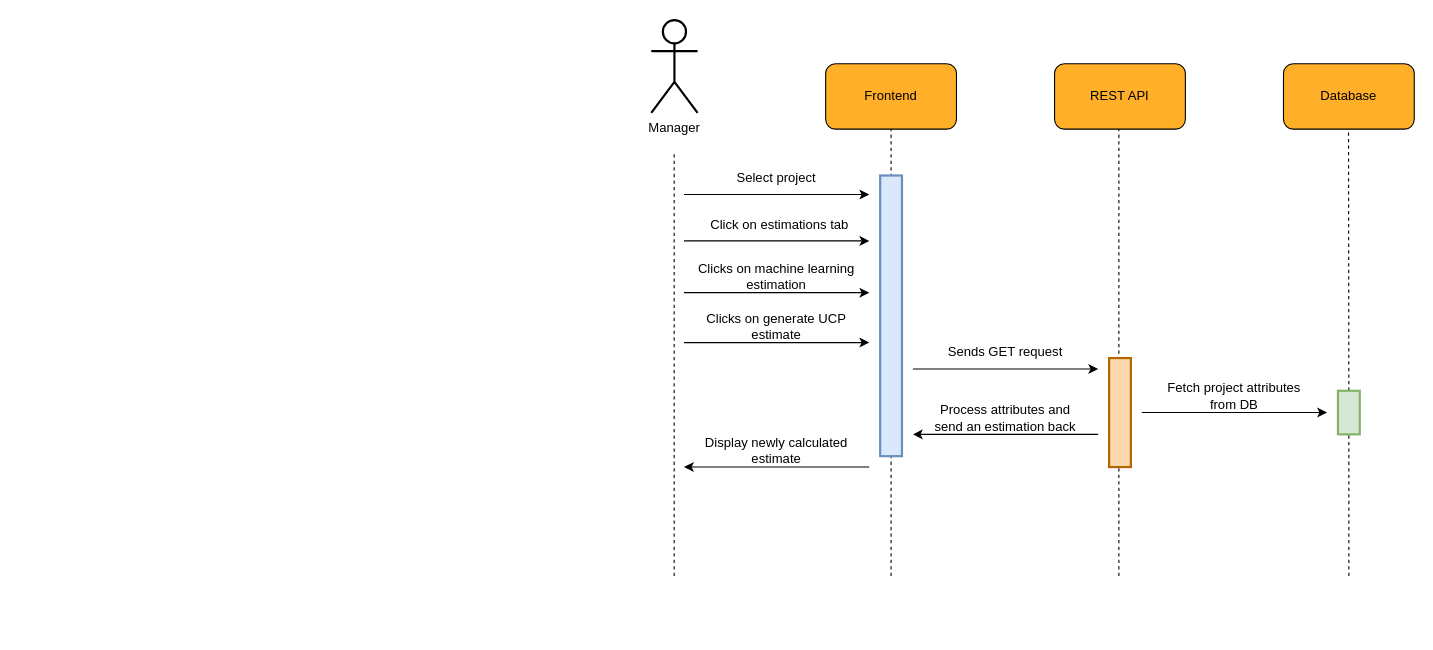
usman1100/fyp-documentation keeps this draw.io diagram as diagrams/collaboration/cd-17.drawio. Above is the earlier version. Source tidied: cells renumbered, new cells numbered last; positions are measured from the earlier drawing's top-left corner, leaving out a move shared by most shapes. Both pictures are drawn from the tidied source at 109%, with x=0, y=0 at pixel (651, 20).
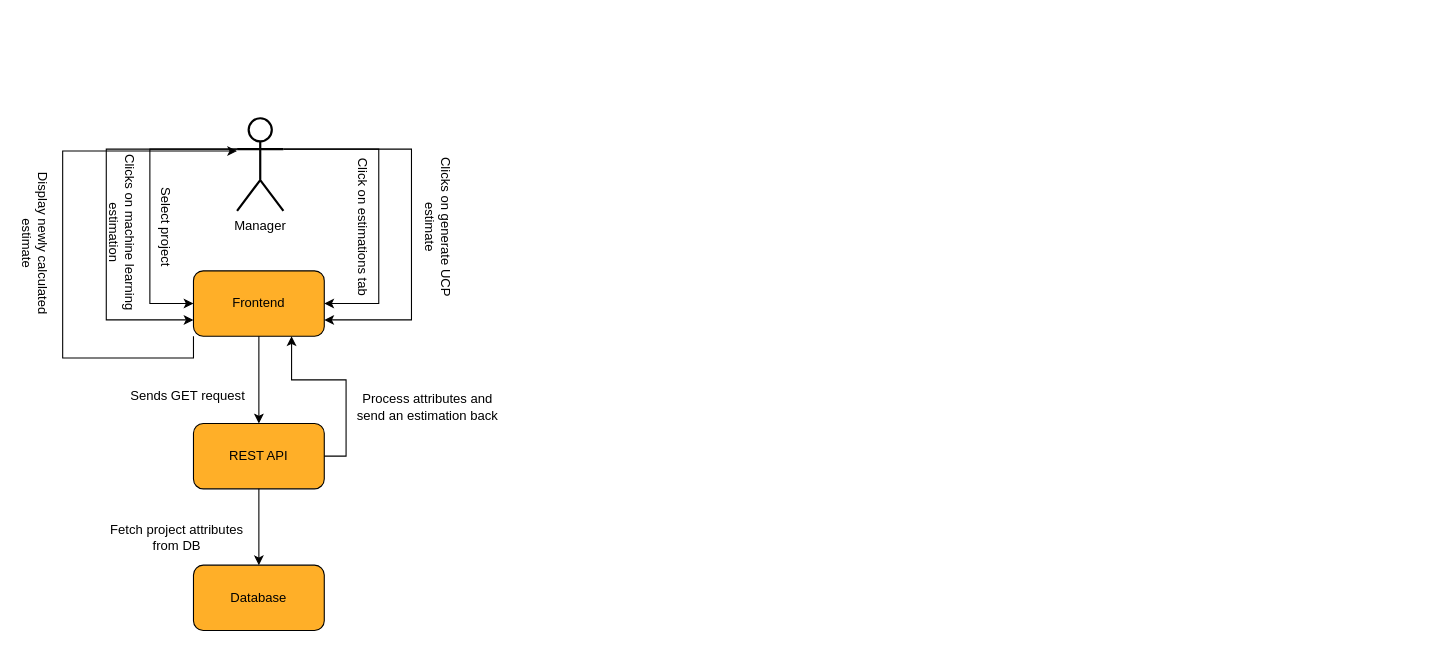
After the change.

Change to the diagram source:
```diff
@@
-    <mxCell id="2" style="endArrow=none;dashed=1;html=1;rounded=0;jumpSize=6;strokeWidth=1;startArrow=none;fontSize=12;" parent="1" edge="1">
-      <mxGeometry relative="1" as="geometry">
-        <mxPoint x="429" y="510" as="sourcePoint" />
-        <mxPoint x="429" y="100" as="targetPoint" />
-      </mxGeometry>
-    </mxCell>
-    <mxCell id="3" style="group;fontSize=12;" parent="1" vertex="1">
-      <mxGeometry x="160" y="40" width="120" height="60" as="geometry" />
-    </mxCell>
-    <mxCell id="4" style="rounded=1;whiteSpace=wrap;html=1;fillColor=#FFAF28;fontSize=12;" parent="3" vertex="1">
-      <mxGeometry width="120" height="60" as="geometry" />
-    </mxCell>
+    <mxCell id="25" value="Clicks on machine learning estimation" style="text;html=1;strokeColor=none;fillColor=none;align=center;verticalAlign=middle;whiteSpace=wrap;rounded=0;rotation=90;" parent="1" vertex="1">
+      <mxGeometry x="-560" y="180" width="150" height="30" as="geometry" />
+    </mxCell>
+    <mxCell id="38" style="group;fontSize=12;" parent="1" vertex="1">
+      <mxGeometry x="-420" y="230" width="120" height="60" as="geometry" />
+    </mxCell>
+    <mxCell id="39" style="rounded=1;whiteSpace=wrap;html=1;fillColor=#FFAF28;fontSize=12;" parent="38" vertex="1">
+      <mxGeometry width="120" height="60" as="geometry" />
+    </mxCell>
-    <mxCell id="5" value="&lt;font style=&quot;font-size: 12px;&quot;&gt;Frontend&lt;/font&gt;" style="text;html=1;strokeColor=none;fillColor=none;align=center;verticalAlign=middle;whiteSpace=wrap;rounded=0;fontSize=12;" parent="3" vertex="1">
+    <mxCell id="5" value="&lt;font style=&quot;font-size: 12px;&quot;&gt;Frontend&lt;/font&gt;" style="text;html=1;strokeColor=none;fillColor=none;align=center;verticalAlign=middle;whiteSpace=wrap;rounded=0;fontSize=12;" parent="38" vertex="1">
       <mxGeometry x="30" y="15" width="60" height="30" as="geometry" />
     </mxCell>
-    <mxCell id="6" style="group;fontSize=12;" parent="1" vertex="1">
-      <mxGeometry x="370" y="40" width="120" height="60" as="geometry" />
-    </mxCell>
-    <mxCell id="7" style="rounded=1;whiteSpace=wrap;html=1;fillColor=#FFAF28;fontSize=12;" parent="6" vertex="1">
-      <mxGeometry width="120" height="60" as="geometry" />
-    </mxCell>
+    <mxCell id="40" style="group;fontSize=12;" parent="1" vertex="1">
+      <mxGeometry x="-420" y="370" width="120" height="60" as="geometry" />
+    </mxCell>
+    <mxCell id="41" style="rounded=1;whiteSpace=wrap;html=1;fillColor=#FFAF28;fontSize=12;" parent="40" vertex="1">
+      <mxGeometry width="120" height="60" as="geometry" />
+    </mxCell>
-    <mxCell id="8" value="&lt;font style=&quot;font-size: 12px;&quot;&gt;REST API&lt;/font&gt;" style="text;html=1;strokeColor=none;fillColor=none;align=center;verticalAlign=middle;whiteSpace=wrap;rounded=0;fontSize=12;" parent="6" vertex="1">
+    <mxCell id="8" value="&lt;font style=&quot;font-size: 12px;&quot;&gt;REST API&lt;/font&gt;" style="text;html=1;strokeColor=none;fillColor=none;align=center;verticalAlign=middle;whiteSpace=wrap;rounded=0;fontSize=12;" parent="40" vertex="1">
       <mxGeometry x="30" y="15" width="60" height="30" as="geometry" />
     </mxCell>
-    <mxCell id="9" style="endArrow=none;dashed=1;html=1;rounded=0;entryX=0.5;entryY=1;entryDx=0;entryDy=0;jumpSize=6;strokeWidth=1;fontSize=12;" parent="1" edge="1" target="4">
-      <mxGeometry relative="1" as="geometry">
-        <mxPoint x="220" y="510" as="sourcePoint" />
-      </mxGeometry>
-    </mxCell>
+    <mxCell id="42" style="edgeStyle=orthogonalEdgeStyle;rounded=0;jettySize=auto;html=1;exitX=1;exitY=0.3333333333333333;exitDx=0;exitDy=0;exitPerimeter=0;entryX=1;entryY=0.75;entryDx=0;entryDy=0;" parent="1" edge="1" source="10" target="39">
+      <mxGeometry relative="1" as="geometry">
+        <Array as="points">
+          <mxPoint x="-220" y="118" />
+          <mxPoint x="-220" y="275" />
+        </Array>
+      </mxGeometry>
+    </mxCell>
+    <mxCell id="43" style="edgeStyle=orthogonalEdgeStyle;rounded=0;jettySize=auto;html=1;exitX=0;exitY=0.3333333333333333;exitDx=0;exitDy=0;exitPerimeter=0;entryX=0;entryY=0.5;entryDx=0;entryDy=0;" parent="1" edge="1" source="10" target="39">
+      <mxGeometry relative="1" as="geometry">
+        <Array as="points">
+          <mxPoint x="-460" y="118" />
+          <mxPoint x="-460" y="260" />
+        </Array>
+      </mxGeometry>
+    </mxCell>
+    <mxCell id="44" style="edgeStyle=orthogonalEdgeStyle;rounded=0;jettySize=auto;html=1;exitX=0;exitY=0.3333333333333333;exitDx=0;exitDy=0;exitPerimeter=0;entryX=0;entryY=0.75;entryDx=0;entryDy=0;" parent="1" edge="1" source="10" target="39">
+      <mxGeometry relative="1" as="geometry">
+        <Array as="points">
+          <mxPoint x="-500" y="118" />
+          <mxPoint x="-500" y="275" />
+        </Array>
+      </mxGeometry>
+    </mxCell>
+    <mxCell id="45" style="edgeStyle=orthogonalEdgeStyle;rounded=0;jettySize=auto;html=1;exitX=1;exitY=0.3333333333333333;exitDx=0;exitDy=0;exitPerimeter=0;entryX=1;entryY=0.5;entryDx=0;entryDy=0;" parent="1" edge="1" source="10" target="39">
+      <mxGeometry relative="1" as="geometry">
+        <Array as="points">
+          <mxPoint x="-250" y="118" />
+          <mxPoint x="-250" y="260" />
+        </Array>
+      </mxGeometry>
+    </mxCell>
     <mxCell id="10" value="Manager" style="shape=umlActor;verticalLabelPosition=bottom;verticalAlign=top;html=1;outlineConnect=0;rounded=1;strokeWidth=2;fontSize=12;" parent="1" vertex="1">
-      <mxGeometry width="42.5" height="85" as="geometry" />
+      <mxGeometry x="-380" y="90" width="42.5" height="85" as="geometry" />
     </mxCell>
-    <mxCell id="11" style="endArrow=none;dashed=1;html=1;rounded=0;jumpSize=6;strokeWidth=1;fontSize=12;" parent="1" edge="1">
-      <mxGeometry relative="1" as="geometry">
-        <mxPoint x="21" y="510" as="sourcePoint" />
-        <mxPoint x="21" y="120" as="targetPoint" />
-      </mxGeometry>
-    </mxCell>
-    <mxCell id="12" style="group;fontSize=12;" parent="1" vertex="1">
-      <mxGeometry x="580" y="40" width="120" height="60" as="geometry" />
-    </mxCell>
-    <mxCell id="13" style="rounded=1;whiteSpace=wrap;html=1;fillColor=#FFAF28;fontSize=12;" parent="12" vertex="1">
-      <mxGeometry width="120" height="60" as="geometry" />
-    </mxCell>
+    <mxCell id="46" style="group;fontSize=12;" parent="1" vertex="1">
+      <mxGeometry x="-420" y="500" width="120" height="60" as="geometry" />
+    </mxCell>
+    <mxCell id="47" style="rounded=1;whiteSpace=wrap;html=1;fillColor=#FFAF28;fontSize=12;" parent="46" vertex="1">
+      <mxGeometry width="120" height="60" as="geometry" />
+    </mxCell>
-    <mxCell id="14" value="&lt;font style=&quot;font-size: 12px&quot;&gt;Database&lt;/font&gt;" style="text;html=1;strokeColor=none;fillColor=none;align=center;verticalAlign=middle;whiteSpace=wrap;rounded=0;fontSize=12;" parent="12" vertex="1">
+    <mxCell id="14" value="&lt;font style=&quot;font-size: 12px&quot;&gt;Database&lt;/font&gt;" style="text;html=1;strokeColor=none;fillColor=none;align=center;verticalAlign=middle;whiteSpace=wrap;rounded=0;fontSize=12;" parent="46" vertex="1">
       <mxGeometry x="30" y="15" width="60" height="30" as="geometry" />
     </mxCell>
-    <mxCell id="15" style="endArrow=none;dashed=1;html=1;rounded=0;jumpSize=6;strokeWidth=1;fontSize=12;startArrow=none;" parent="1" edge="1" source="22">
-      <mxGeometry relative="1" as="geometry">
-        <mxPoint x="639.7" y="100" as="targetPoint" />
-      </mxGeometry>
-    </mxCell>
-    <mxCell id="16" style="endArrow=classic;html=1;rounded=0;" parent="1" edge="1">
-      <mxGeometry relative="1" as="geometry">
-        <mxPoint x="30" y="160" as="sourcePoint" />
-        <mxPoint x="200" y="160" as="targetPoint" />
-      </mxGeometry>
-    </mxCell>
-    <mxCell id="17" value="Select project" style="text;html=1;strokeColor=none;fillColor=none;align=center;verticalAlign=middle;whiteSpace=wrap;rounded=0;" parent="1" vertex="1">
-      <mxGeometry x="40" y="130" width="150" height="30" as="geometry" />
+    <mxCell id="17" value="Select project" style="text;html=1;strokeColor=none;fillColor=none;align=center;verticalAlign=middle;whiteSpace=wrap;rounded=0;rotation=90;" parent="1" vertex="1">
+      <mxGeometry x="-520" y="175" width="150" height="30" as="geometry" />
     </mxCell>
-    <mxCell id="18" style="endArrow=classic;html=1;rounded=0;" parent="1" edge="1">
-      <mxGeometry relative="1" as="geometry">
-        <mxPoint x="30" y="202.5" as="sourcePoint" />
-        <mxPoint x="200" y="202.5" as="targetPoint" />
-      </mxGeometry>
-    </mxCell>
+    <mxCell id="27" value="Clicks on generate UCP estimate" style="text;html=1;strokeColor=none;fillColor=none;align=center;verticalAlign=middle;whiteSpace=wrap;rounded=0;rotation=90;" parent="1" vertex="1">
+      <mxGeometry x="-270" y="175" width="150" height="30" as="geometry" />
+    </mxCell>
+    <mxCell id="29" value="Sends GET request" style="text;html=1;strokeColor=none;fillColor=none;align=center;verticalAlign=middle;whiteSpace=wrap;rounded=0;" parent="1" vertex="1">
+      <mxGeometry x="-500" y="330" width="150" height="30" as="geometry" />
+    </mxCell>
+    <mxCell id="31" value="Fetch project attributes from DB" style="text;html=1;strokeColor=none;fillColor=none;align=center;verticalAlign=middle;whiteSpace=wrap;rounded=0;" parent="1" vertex="1">
+      <mxGeometry x="-510" y="460" width="150" height="30" as="geometry" />
+    </mxCell>
+    <mxCell id="48" style="edgeStyle=orthogonalEdgeStyle;rounded=0;jettySize=auto;html=1;exitX=0;exitY=1;exitDx=0;exitDy=0;" parent="1" edge="1" source="39">
+      <mxGeometry relative="1" as="geometry">
+        <mxPoint x="-380" y="120" as="targetPoint" />
+        <Array as="points">
+          <mxPoint x="-420" y="310" />
+          <mxPoint x="-540" y="310" />
+          <mxPoint x="-540" y="120" />
+        </Array>
+      </mxGeometry>
+    </mxCell>
+    <mxCell id="49" style="edgeStyle=orthogonalEdgeStyle;rounded=0;jettySize=auto;html=1;exitX=0.5;exitY=1;exitDx=0;exitDy=0;entryX=0.5;entryY=0;entryDx=0;entryDy=0;" parent="1" edge="1" source="39" target="41">
+      <mxGeometry relative="1" as="geometry" />
+    </mxCell>
+    <mxCell id="50" style="edgeStyle=orthogonalEdgeStyle;rounded=0;jettySize=auto;html=1;exitX=1;exitY=0.5;exitDx=0;exitDy=0;entryX=0.75;entryY=1;entryDx=0;entryDy=0;" parent="1" edge="1" source="41" target="39">
+      <mxGeometry relative="1" as="geometry" />
+    </mxCell>
+    <mxCell id="51" style="edgeStyle=orthogonalEdgeStyle;rounded=0;jettySize=auto;html=1;exitX=0.5;exitY=1;exitDx=0;exitDy=0;" parent="1" edge="1" source="41" target="47">
+      <mxGeometry relative="1" as="geometry" />
+    </mxCell>
+    <mxCell id="37" value="Display newly calculated estimate" style="text;html=1;strokeColor=none;fillColor=none;align=center;verticalAlign=middle;whiteSpace=wrap;rounded=0;rotation=90;" parent="1" vertex="1">
+      <mxGeometry x="-640" y="190" width="150" height="30" as="geometry" />
+    </mxCell>
-    <mxCell id="19" value="Click on estimations tab" style="text;html=1;strokeColor=none;fillColor=none;align=center;verticalAlign=middle;whiteSpace=wrap;rounded=0;" parent="1" vertex="1">
-      <mxGeometry x="42.5" y="172.5" width="150" height="30" as="geometry" />
+    <mxCell id="19" value="Click on estimations tab" style="text;html=1;strokeColor=none;fillColor=none;align=center;verticalAlign=middle;whiteSpace=wrap;rounded=0;rotation=90;" parent="1" vertex="1">
+      <mxGeometry x="-340" y="175" width="150" height="30" as="geometry" />
     </mxCell>
-    <mxCell id="20" style="rounded=0;whiteSpace=wrap;html=1;fontSize=12;strokeWidth=2;fillColor=#dae8fc;strokeColor=#6c8ebf;" parent="1" vertex="1">
-      <mxGeometry x="210" y="142.5" width="20" height="257.5" as="geometry" />
-    </mxCell>
-    <mxCell id="21" style="rounded=0;whiteSpace=wrap;html=1;fontSize=12;strokeWidth=2;fillColor=#fad7ac;strokeColor=#b46504;" parent="1" vertex="1">
-      <mxGeometry x="420" y="310" width="20" height="100" as="geometry" />
-    </mxCell>
-    <mxCell id="22" style="rounded=0;whiteSpace=wrap;html=1;fontSize=12;strokeWidth=2;fillColor=#d5e8d4;strokeColor=#82b366;" parent="1" vertex="1">
-      <mxGeometry x="630" y="340" width="20" height="40" as="geometry" />
-    </mxCell>
-    <mxCell id="23" style="endArrow=none;dashed=1;html=1;rounded=0;jumpSize=6;strokeWidth=1;fontSize=12;startArrow=none;" parent="1" edge="1" target="22">
-      <mxGeometry relative="1" as="geometry">
-        <mxPoint x="640" y="510" as="sourcePoint" />
-      </mxGeometry>
-    </mxCell>
-    <mxCell id="24" style="endArrow=classic;html=1;rounded=0;" parent="1" edge="1">
-      <mxGeometry relative="1" as="geometry">
-        <mxPoint x="30" y="250" as="sourcePoint" />
-        <mxPoint x="200" y="250" as="targetPoint" />
-      </mxGeometry>
-    </mxCell>
-    <mxCell id="25" value="Clicks on machine learning estimation" style="text;html=1;strokeColor=none;fillColor=none;align=center;verticalAlign=middle;whiteSpace=wrap;rounded=0;" parent="1" vertex="1">
-      <mxGeometry x="40" y="220" width="150" height="30" as="geometry" />
-    </mxCell>
-    <mxCell id="26" style="endArrow=classic;html=1;rounded=0;" parent="1" edge="1">
-      <mxGeometry relative="1" as="geometry">
-        <mxPoint x="30" y="295.8" as="sourcePoint" />
-        <mxPoint x="200" y="295.8" as="targetPoint" />
-      </mxGeometry>
-    </mxCell>
-    <mxCell id="27" value="Clicks on generate UCP estimate" style="text;html=1;strokeColor=none;fillColor=none;align=center;verticalAlign=middle;whiteSpace=wrap;rounded=0;" parent="1" vertex="1">
-      <mxGeometry x="40" y="265.8" width="150" height="30" as="geometry" />
-    </mxCell>
-    <mxCell id="28" style="endArrow=classic;html=1;rounded=0;" parent="1" edge="1">
-      <mxGeometry relative="1" as="geometry">
-        <mxPoint x="240" y="320" as="sourcePoint" />
-        <mxPoint x="410" y="320" as="targetPoint" />
-      </mxGeometry>
-    </mxCell>
-    <mxCell id="29" value="Sends GET request" style="text;html=1;strokeColor=none;fillColor=none;align=center;verticalAlign=middle;whiteSpace=wrap;rounded=0;" parent="1" vertex="1">
-      <mxGeometry x="250" y="290" width="150" height="30" as="geometry" />
-    </mxCell>
-    <mxCell id="30" style="endArrow=classic;html=1;rounded=0;" parent="1" edge="1">
-      <mxGeometry relative="1" as="geometry">
-        <mxPoint x="450" y="360" as="sourcePoint" />
-        <mxPoint x="620" y="360" as="targetPoint" />
-      </mxGeometry>
-    </mxCell>
-    <mxCell id="31" value="Fetch project attributes from DB" style="text;html=1;strokeColor=none;fillColor=none;align=center;verticalAlign=middle;whiteSpace=wrap;rounded=0;" parent="1" vertex="1">
-      <mxGeometry x="460" y="330" width="150" height="30" as="geometry" />
-    </mxCell>
-    <mxCell id="32" style="group;" parent="1" vertex="1">
-      <mxGeometry x="240" y="350" width="170" height="30" as="geometry" />
-    </mxCell>
-    <mxCell id="33" style="endArrow=classic;html=1;rounded=0;" parent="32" edge="1">
-      <mxGeometry relative="1" as="geometry">
-        <mxPoint x="170" y="30" as="sourcePoint" />
-        <mxPoint y="30" as="targetPoint" />
-      </mxGeometry>
-    </mxCell>
-    <mxCell id="34" value="Process attributes and send an estimation back" style="text;html=1;strokeColor=none;fillColor=none;align=center;verticalAlign=middle;whiteSpace=wrap;rounded=0;" parent="32" vertex="1">
-      <mxGeometry x="10" width="150" height="30" as="geometry" />
+    <mxCell id="34" value="Process attributes and send an estimation back" style="text;html=1;strokeColor=none;fillColor=none;align=center;verticalAlign=middle;whiteSpace=wrap;rounded=0;" parent="1" vertex="1">
+      <mxGeometry x="-280" y="340" width="150" height="30" as="geometry" />
     </mxCell>
-    <mxCell id="35" style="group;" parent="1" vertex="1">
-      <mxGeometry x="30" y="380" width="170" height="30" as="geometry" />
-    </mxCell>
-    <mxCell id="36" style="endArrow=classic;html=1;rounded=0;" parent="35" edge="1">
-      <mxGeometry relative="1" as="geometry">
-        <mxPoint x="170" y="30" as="sourcePoint" />
-        <mxPoint y="30" as="targetPoint" />
-      </mxGeometry>
-    </mxCell>
-    <mxCell id="37" value="Display newly calculated estimate" style="text;html=1;strokeColor=none;fillColor=none;align=center;verticalAlign=middle;whiteSpace=wrap;rounded=0;" parent="35" vertex="1">
-      <mxGeometry x="10" width="150" height="30" as="geometry" />
-    </mxCell>
```
